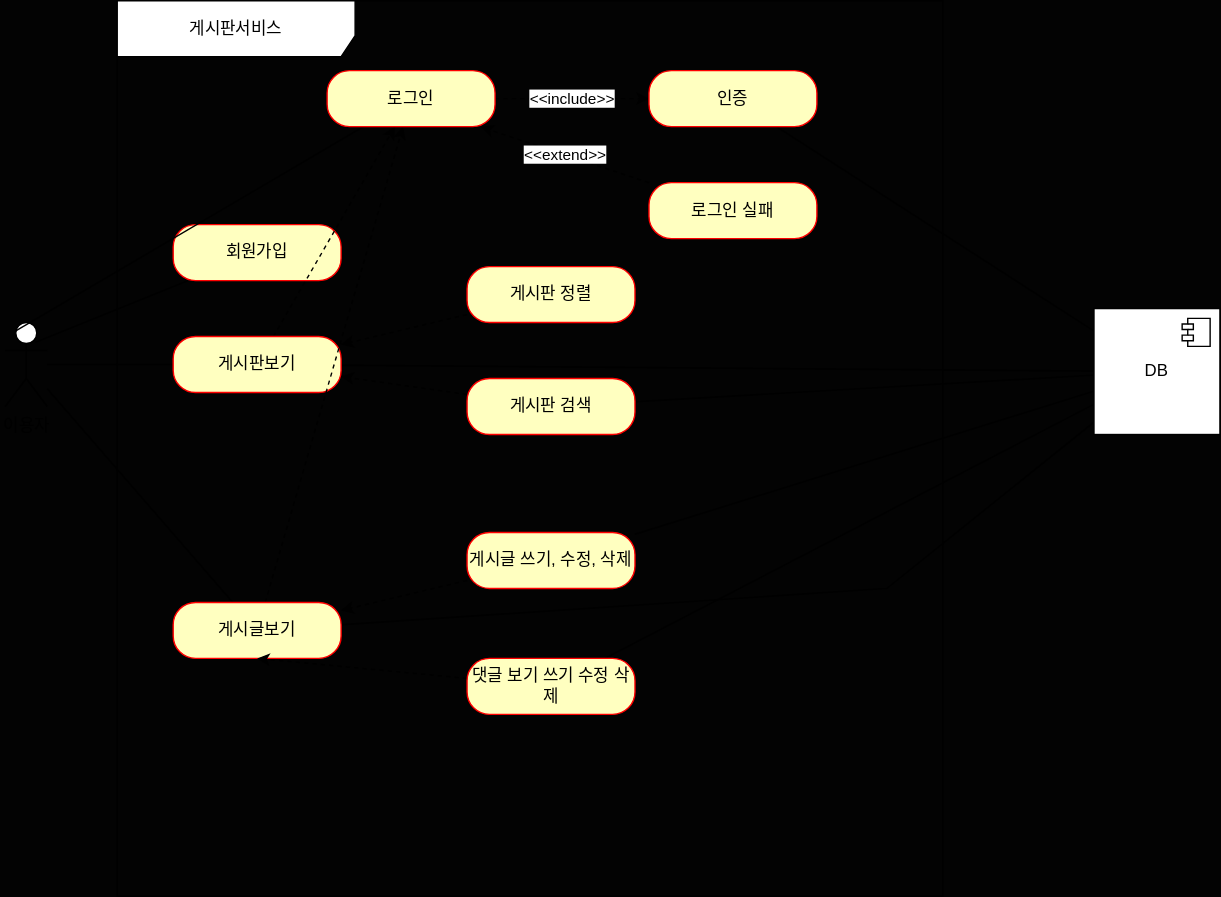
Earlier version of the draw.io export document/use-case.svg (hana0627/hana-study-board). Source tidied: cells renumbered, new cells last; positions are measured from the earlier drawing's top-left corner, leaving out a move shared by most shapes.
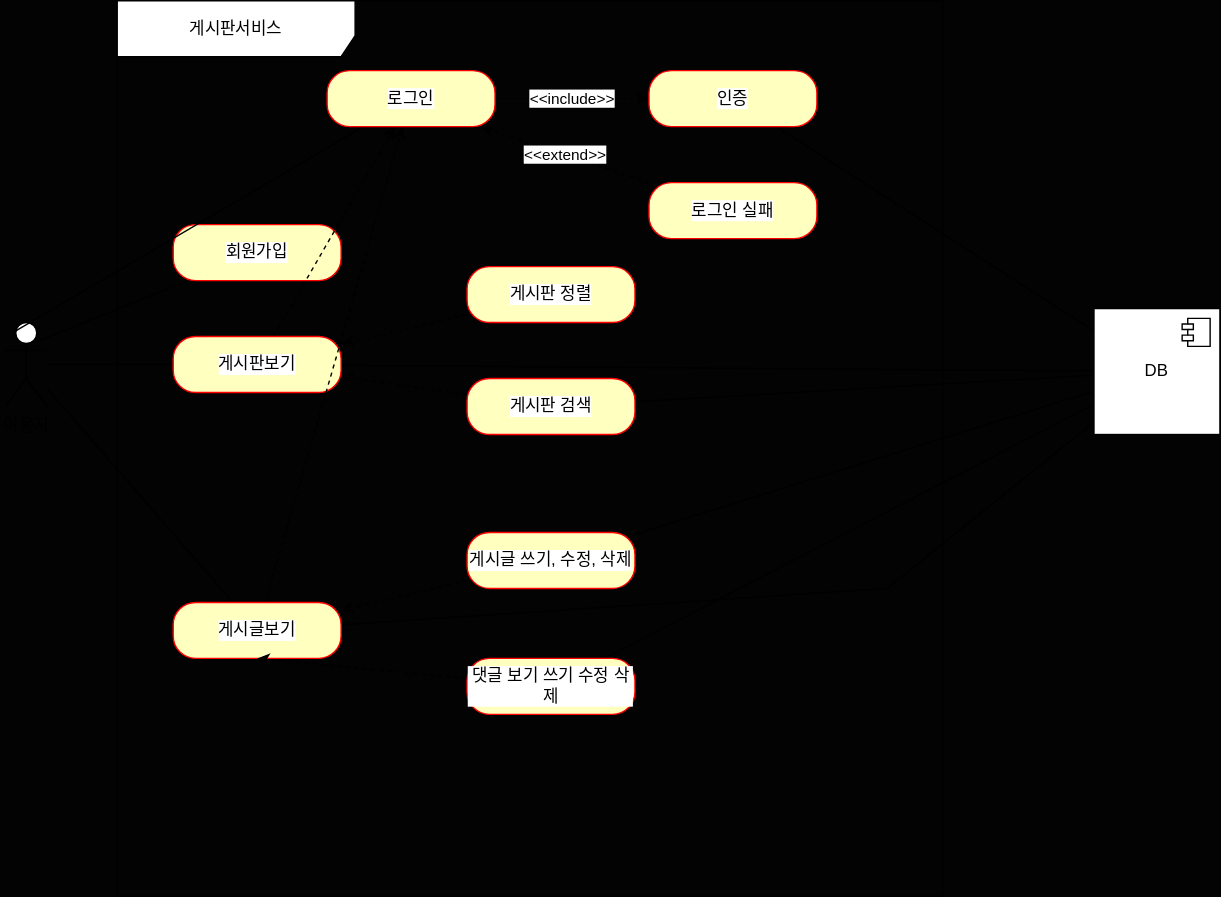
After the commit.

Commit message:
#9 - 글자 안보여서 다시커밋

The edit, as a diff of the source:
```diff
@@ -5,13 +5,13 @@
     <mxCell id="2" value="이용자" style="shape=umlActor;verticalLabelPosition=bottom;verticalAlign=top;html=1;" parent="1" vertex="1">
       <mxGeometry y="230" width="30" height="60" as="geometry" />
     </mxCell>
-    <mxCell id="3" value="게시판서비스&lt;br&gt;" style="shape=umlFrame;whiteSpace=wrap;html=1;width=170;height=40;" parent="1" vertex="1">
+    <mxCell id="3" value="게시판서비스&lt;br&gt;" style="shape=umlFrame;whiteSpace=wrap;html=1;width=170;height=40;labelBackgroundColor=default;" parent="1" vertex="1">
       <mxGeometry x="80" width="590" height="640" as="geometry" />
     </mxCell>
     <mxCell id="4" style="rounded=0;jettySize=auto;html=1;endArrow=none;endFill=0;entryX=0.716;entryY=0.236;entryDx=0;entryDy=0;entryPerimeter=0;" parent="1" edge="1" source="5" target="2">
       <mxGeometry relative="1" as="geometry" />
     </mxCell>
-    <mxCell id="5" value="회원가입&lt;br&gt;" style="rounded=1;whiteSpace=wrap;html=1;arcSize=40;fontColor=#000000;fillColor=#ffffc0;strokeColor=#ff0000;" parent="1" vertex="1">
+    <mxCell id="5" value="회원가입&lt;br&gt;" style="rounded=1;whiteSpace=wrap;html=1;arcSize=40;fontColor=#000000;fillColor=#ffffc0;strokeColor=#ff0000;labelBackgroundColor=default;" parent="1" vertex="1">
       <mxGeometry x="120" y="160" width="120" height="40" as="geometry" />
     </mxCell>
     <mxCell id="6" style="rounded=0;jettySize=auto;html=1;endArrow=none;endFill=0;" parent="1" edge="1" source="9" target="2">
@@ -23,7 +23,7 @@
     <mxCell id="8" style="rounded=0;jettySize=auto;html=1;endArrow=none;endFill=0;" parent="1" edge="1" source="9" target="32">
       <mxGeometry relative="1" as="geometry" />
     </mxCell>
-    <mxCell id="9" value="게시판보기" style="rounded=1;whiteSpace=wrap;html=1;arcSize=40;fontColor=#000000;fillColor=#ffffc0;strokeColor=#ff0000;" parent="1" vertex="1">
+    <mxCell id="9" value="게시판보기" style="rounded=1;whiteSpace=wrap;html=1;arcSize=40;fontColor=#000000;fillColor=#ffffc0;strokeColor=#ff0000;labelBackgroundColor=default;" parent="1" vertex="1">
       <mxGeometry x="120" y="240" width="120" height="40" as="geometry" />
     </mxCell>
     <mxCell id="10" style="rounded=0;jettySize=auto;html=1;endArrow=none;endFill=0;" parent="1" edge="1" source="13" target="2">
@@ -39,7 +39,7 @@
         </Array>
       </mxGeometry>
     </mxCell>
-    <mxCell id="13" value="게시글보기" style="rounded=1;whiteSpace=wrap;html=1;arcSize=40;fontColor=#000000;fillColor=#ffffc0;strokeColor=#ff0000;" parent="1" vertex="1">
+    <mxCell id="13" value="게시글보기" style="rounded=1;whiteSpace=wrap;html=1;arcSize=40;fontColor=#000000;fillColor=#ffffc0;strokeColor=#ff0000;labelBackgroundColor=default;" parent="1" vertex="1">
       <mxGeometry x="120" y="430" width="120" height="40" as="geometry" />
     </mxCell>
     <mxCell id="14" style="rounded=0;jettySize=auto;html=1;entryX=0.25;entryY=0.1;entryDx=0;entryDy=0;entryPerimeter=0;endArrow=none;endFill=0;" parent="1" edge="1" source="16" target="2">
@@ -48,25 +48,25 @@
     <mxCell id="15" value="&amp;lt;&amp;lt;include&amp;gt;&amp;gt;" style="edgeStyle=orthogonalEdgeStyle;rounded=0;jettySize=auto;html=1;entryX=0;entryY=0.5;entryDx=0;entryDy=0;dashed=1;" parent="1" edge="1" source="16" target="18">
       <mxGeometry relative="1" as="geometry" />
     </mxCell>
-    <mxCell id="16" value="로그인" style="rounded=1;whiteSpace=wrap;html=1;arcSize=40;fontColor=#000000;fillColor=#ffffc0;strokeColor=#ff0000;" parent="1" vertex="1">
+    <mxCell id="16" value="로그인" style="rounded=1;whiteSpace=wrap;html=1;arcSize=40;fontColor=#000000;fillColor=#ffffc0;strokeColor=#ff0000;labelBackgroundColor=default;" parent="1" vertex="1">
       <mxGeometry x="230" y="50" width="120" height="40" as="geometry" />
     </mxCell>
     <mxCell id="17" style="rounded=0;jettySize=auto;html=1;endArrow=none;endFill=0;" parent="1" edge="1" source="18" target="32">
       <mxGeometry relative="1" as="geometry" />
     </mxCell>
-    <mxCell id="18" value="인증" style="rounded=1;whiteSpace=wrap;html=1;arcSize=40;fontColor=#000000;fillColor=#ffffc0;strokeColor=#ff0000;" parent="1" vertex="1">
+    <mxCell id="18" value="인증" style="rounded=1;whiteSpace=wrap;html=1;arcSize=40;fontColor=#000000;fillColor=#ffffc0;strokeColor=#ff0000;labelBackgroundColor=default;" parent="1" vertex="1">
       <mxGeometry x="460" y="50" width="120" height="40" as="geometry" />
     </mxCell>
     <mxCell id="19" value="&amp;lt;&amp;lt;extend&amp;gt;&amp;gt;" style="rounded=0;jettySize=auto;html=1;entryX=0.916;entryY=1.006;entryDx=0;entryDy=0;entryPerimeter=0;endArrow=classic;endFill=1;dashed=1;" parent="1" edge="1" source="20" target="16">
       <mxGeometry relative="1" as="geometry" />
     </mxCell>
-    <mxCell id="20" value="로그인 실패" style="rounded=1;whiteSpace=wrap;html=1;arcSize=40;fontColor=#000000;fillColor=#ffffc0;strokeColor=#ff0000;" parent="1" vertex="1">
+    <mxCell id="20" value="로그인 실패" style="rounded=1;whiteSpace=wrap;html=1;arcSize=40;fontColor=#000000;fillColor=#ffffc0;strokeColor=#ff0000;labelBackgroundColor=default;" parent="1" vertex="1">
       <mxGeometry x="460" y="130" width="120" height="40" as="geometry" />
     </mxCell>
     <mxCell id="21" style="rounded=0;jettySize=auto;html=1;dashed=1;" parent="1" edge="1" source="22" target="9">
       <mxGeometry relative="1" as="geometry" />
     </mxCell>
-    <mxCell id="22" value="게시판 정렬" style="rounded=1;whiteSpace=wrap;html=1;arcSize=40;fontColor=#000000;fillColor=#ffffc0;strokeColor=#ff0000;" parent="1" vertex="1">
+    <mxCell id="22" value="게시판 정렬" style="rounded=1;whiteSpace=wrap;html=1;arcSize=40;fontColor=#000000;fillColor=#ffffc0;strokeColor=#ff0000;labelBackgroundColor=default;" parent="1" vertex="1">
       <mxGeometry x="330" y="190" width="120" height="40" as="geometry" />
     </mxCell>
     <mxCell id="23" style="rounded=0;jettySize=auto;html=1;dashed=1;" parent="1" edge="1" source="25" target="9">
@@ -75,7 +75,7 @@
     <mxCell id="24" style="rounded=0;jettySize=auto;html=1;endArrow=none;endFill=0;" parent="1" edge="1" source="25" target="32">
       <mxGeometry relative="1" as="geometry" />
     </mxCell>
-    <mxCell id="25" value="게시판 검색" style="rounded=1;whiteSpace=wrap;html=1;arcSize=40;fontColor=#000000;fillColor=#ffffc0;strokeColor=#ff0000;" parent="1" vertex="1">
+    <mxCell id="25" value="게시판 검색" style="rounded=1;whiteSpace=wrap;html=1;arcSize=40;fontColor=#000000;fillColor=#ffffc0;strokeColor=#ff0000;labelBackgroundColor=default;" parent="1" vertex="1">
       <mxGeometry x="330" y="270" width="120" height="40" as="geometry" />
     </mxCell>
     <mxCell id="26" style="rounded=0;jettySize=auto;html=1;dashed=1;" parent="1" edge="1" source="28" target="13">
@@ -84,7 +84,7 @@
     <mxCell id="27" style="rounded=0;jettySize=auto;html=1;endArrow=none;endFill=0;" parent="1" edge="1" source="28" target="32">
       <mxGeometry relative="1" as="geometry" />
     </mxCell>
-    <mxCell id="28" value="게시글 쓰기, 수정, 삭제" style="rounded=1;whiteSpace=wrap;html=1;arcSize=40;fontColor=#000000;fillColor=#ffffc0;strokeColor=#ff0000;" parent="1" vertex="1">
+    <mxCell id="28" value="게시글 쓰기, 수정, 삭제" style="rounded=1;whiteSpace=wrap;html=1;arcSize=40;fontColor=#000000;fillColor=#ffffc0;strokeColor=#ff0000;labelBackgroundColor=default;" parent="1" vertex="1">
       <mxGeometry x="330" y="380" width="120" height="40" as="geometry" />
     </mxCell>
     <mxCell id="29" style="rounded=0;jettySize=auto;html=1;entryX=0.5;entryY=1;entryDx=0;entryDy=0;dashed=1;" parent="1" edge="1" source="31" target="13">
@@ -93,10 +93,10 @@
     <mxCell id="30" style="rounded=0;jettySize=auto;html=1;endArrow=none;endFill=0;" parent="1" edge="1" source="31" target="32">
       <mxGeometry relative="1" as="geometry" />
     </mxCell>
-    <mxCell id="31" value="댓글 보기 쓰기 수정 삭제" style="rounded=1;whiteSpace=wrap;html=1;arcSize=40;fontColor=#000000;fillColor=#ffffc0;strokeColor=#ff0000;" parent="1" vertex="1">
+    <mxCell id="31" value="댓글 보기 쓰기 수정 삭제" style="rounded=1;whiteSpace=wrap;html=1;arcSize=40;fontColor=#000000;fillColor=#ffffc0;strokeColor=#ff0000;labelBackgroundColor=default;" parent="1" vertex="1">
       <mxGeometry x="330" y="470" width="120" height="40" as="geometry" />
     </mxCell>
-    <mxCell id="32" value="DB" style="html=1;whiteSpace=wrap;" parent="1" vertex="1">
+    <mxCell id="32" value="DB" style="html=1;whiteSpace=wrap;labelBackgroundColor=default;" parent="1" vertex="1">
       <mxGeometry x="778" y="220" width="90" height="90" as="geometry" />
     </mxCell>
     <mxCell id="33" style="shape=module;jettyWidth=8;jettyHeight=4;" parent="32" vertex="1">
```
